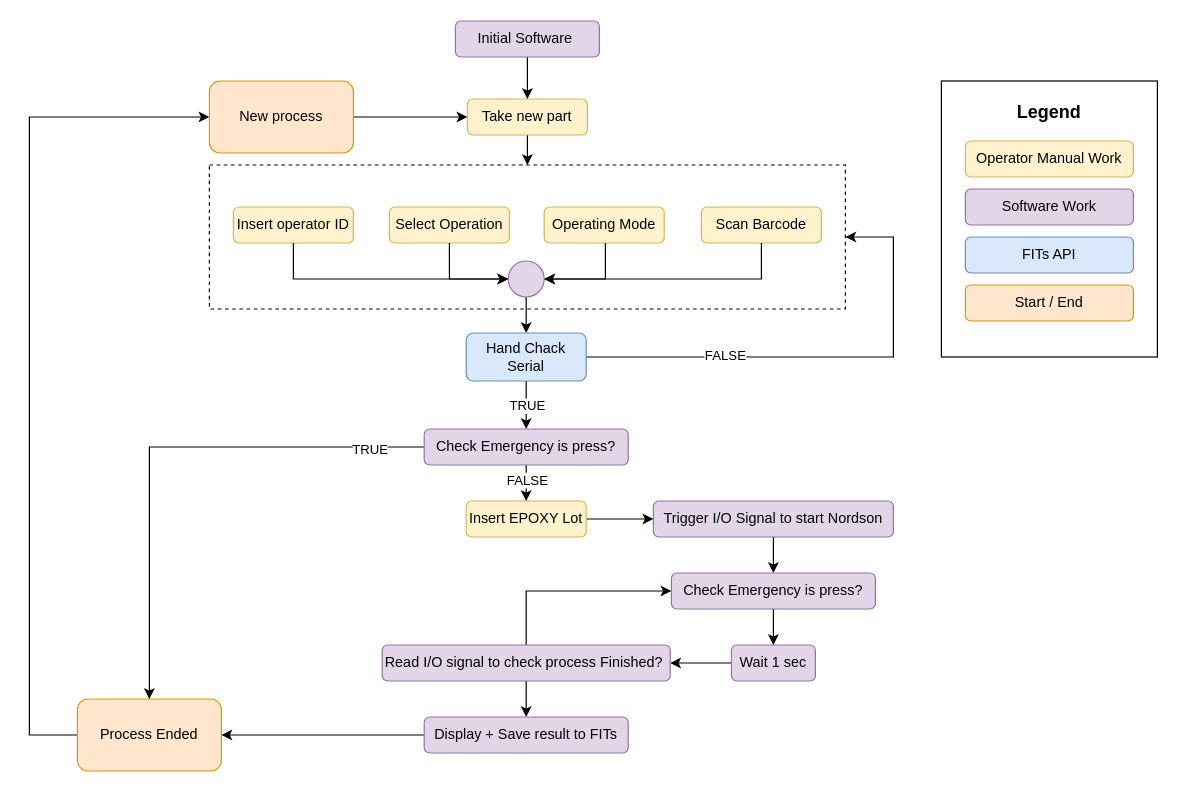
AtthaphanPak/Dispensing_Machines keeps this draw.io diagram as Doc/Untitled Diagram.drawio. Above is the earlier version. Source tidied: cells renumbered, new cells numbered last; positions are measured from the earlier drawing's top-left corner, leaving out a move shared by most shapes. Both pictures are drawn from the tidied source at 120%, with x=0, y=0 at pixel (29, 20).
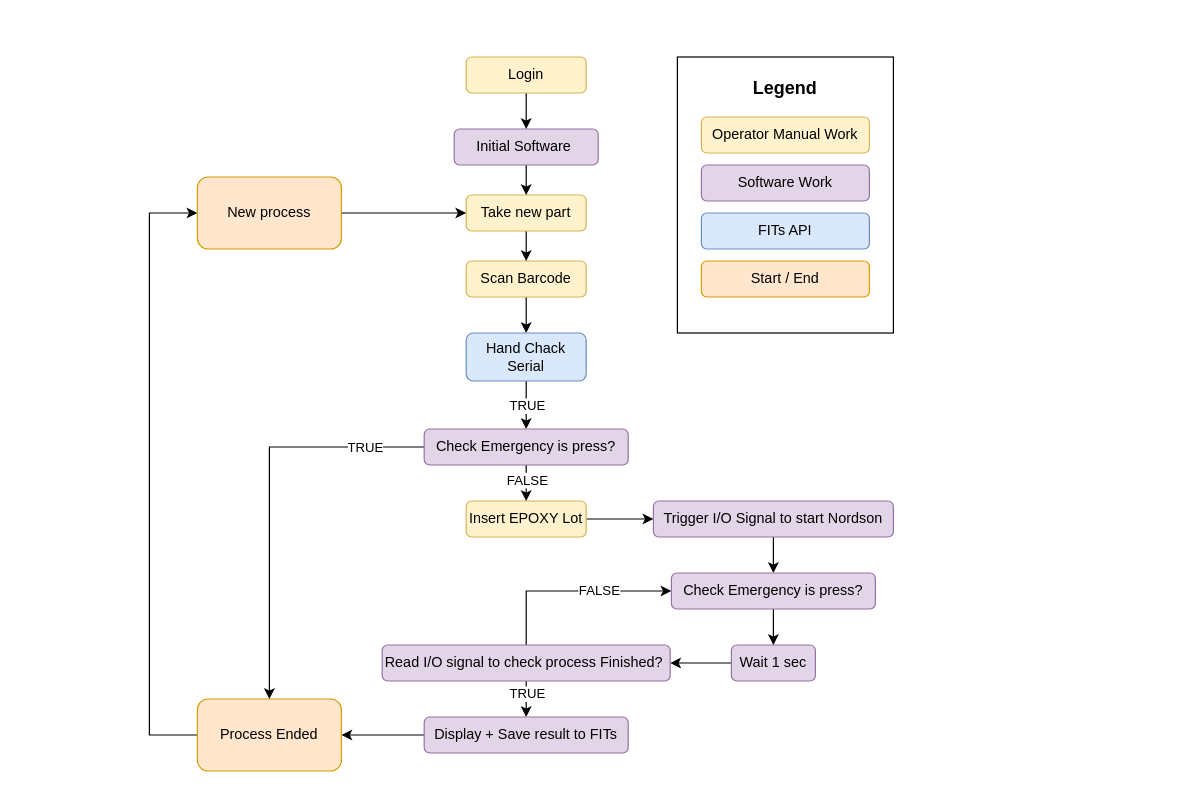
The same page after the edit.

Unchanged cells that the change refers to:
```xml
<mxCell id="19" value="Hand Chack Serial" style="rounded=1;whiteSpace=wrap;html=1;fillColor=#dae8fc;strokeColor=#6c8ebf;" parent="1" vertex="1">
  <mxGeometry x="364" y="260" width="100" height="40" as="geometry" />
</mxCell>
<mxCell id="22" style="edgeStyle=orthogonalEdgeStyle;rounded=0;jettySize=auto;html=1;" parent="1" edge="1" source="24" target="26">
  <mxGeometry relative="1" as="geometry" />
</mxCell>
<mxCell id="23" style="edgeStyle=orthogonalEdgeStyle;rounded=0;jettySize=auto;html=1;entryX=0;entryY=0.5;entryDx=0;entryDy=0;" parent="1" edge="1" source="24" target="50">
  <mxGeometry relative="1" as="geometry">
    <Array as="points">
      <mxPoint x="414" y="475" />
    </Array>
  </mxGeometry>
</mxCell>
<mxCell id="46" style="edgeStyle=orthogonalEdgeStyle;rounded=0;jettySize=auto;html=1;" parent="1" edge="1" source="48" target="37">
  <mxGeometry relative="1" as="geometry" />
</mxCell>
```

Diff of the diagram source:
```diff
@@
-    <mxCell id="2" style="rounded=0;whiteSpace=wrap;html=1;fillColor=none;dashed=1;" parent="1" vertex="1">
-      <mxGeometry x="150" y="120" width="530" height="120" as="geometry" />
-    </mxCell>
-    <mxCell id="3" value="Insert operator ID" style="rounded=1;whiteSpace=wrap;html=1;fillColor=#fff2cc;strokeColor=#d6b656;" parent="1" vertex="1">
-      <mxGeometry x="170" y="155" width="100" height="30" as="geometry" />
-    </mxCell>
@@
-    <mxCell id="6" value="Select Operation" style="rounded=1;whiteSpace=wrap;html=1;fillColor=#fff2cc;strokeColor=#d6b656;" parent="1" vertex="1">
-      <mxGeometry x="300" y="155" width="100" height="30" as="geometry" />
-    </mxCell>
+    <mxCell id="51" style="edgeStyle=orthogonalEdgeStyle;rounded=0;jettySize=auto;html=1;" parent="1" edge="1" source="7" target="19">
+      <mxGeometry relative="1" as="geometry" />
+    </mxCell>
     <mxCell id="7" value="Scan Barcode" style="rounded=1;whiteSpace=wrap;html=1;fillColor=#fff2cc;strokeColor=#d6b656;" parent="1" vertex="1">
-      <mxGeometry x="560" y="155" width="100" height="30" as="geometry" />
+      <mxGeometry x="364" y="200" width="100" height="30" as="geometry" />
     </mxCell>
-    <mxCell id="8" value="Operating Mode" style="rounded=1;whiteSpace=wrap;html=1;fillColor=#fff2cc;strokeColor=#d6b656;" parent="1" vertex="1">
-      <mxGeometry x="429" y="155" width="100" height="30" as="geometry" />
-    </mxCell>
-    <mxCell id="9" style="edgeStyle=orthogonalEdgeStyle;rounded=0;jettySize=auto;html=1;entryX=0.5;entryY=0;entryDx=0;entryDy=0;" parent="1" edge="1" source="10" target="19">
-      <mxGeometry relative="1" as="geometry" />
-    </mxCell>
-    <mxCell id="10" style="verticalLabelPosition=bottom;verticalAlign=top;html=1;shape=mxgraph.flowchart.on-page_reference;fillColor=#e1d5e7;strokeColor=#9673a6;" parent="1" vertex="1">
-      <mxGeometry x="399" y="200" width="30" height="30" as="geometry" />
-    </mxCell>
-    <mxCell id="11" style="edgeStyle=orthogonalEdgeStyle;rounded=0;jettySize=auto;html=1;entryX=0;entryY=0.5;entryDx=0;entryDy=0;entryPerimeter=0;" parent="1" edge="1" source="6" target="10">
-      <mxGeometry relative="1" as="geometry" />
-    </mxCell>
-    <mxCell id="12" style="edgeStyle=orthogonalEdgeStyle;rounded=0;jettySize=auto;html=1;entryX=0;entryY=0.5;entryDx=0;entryDy=0;entryPerimeter=0;" parent="1" edge="1" source="3" target="10">
-      <mxGeometry relative="1" as="geometry">
-        <Array as="points">
-          <mxPoint x="220" y="215" />
-        </Array>
-      </mxGeometry>
-    </mxCell>
-    <mxCell id="13" style="edgeStyle=orthogonalEdgeStyle;rounded=0;jettySize=auto;html=1;entryX=1;entryY=0.5;entryDx=0;entryDy=0;entryPerimeter=0;" parent="1" edge="1" source="8" target="10">
-      <mxGeometry relative="1" as="geometry">
-        <Array as="points">
-          <mxPoint x="480" y="215" />
-        </Array>
-      </mxGeometry>
-    </mxCell>
-    <mxCell id="14" style="edgeStyle=orthogonalEdgeStyle;rounded=0;jettySize=auto;html=1;entryX=1;entryY=0.5;entryDx=0;entryDy=0;entryPerimeter=0;" parent="1" edge="1" source="7" target="10">
-      <mxGeometry relative="1" as="geometry">
-        <Array as="points">
-          <mxPoint x="610" y="215" />
-        </Array>
-      </mxGeometry>
-    </mxCell>
@@
-    <mxCell id="17" style="edgeStyle=orthogonalEdgeStyle;rounded=0;jettySize=auto;html=1;entryX=1;entryY=0.5;entryDx=0;entryDy=0;" parent="1" edge="1" source="19" target="2">
-      <mxGeometry relative="1" as="geometry">
-        <Array as="points">
-          <mxPoint x="720" y="280" />
-          <mxPoint x="720" y="180" />
-        </Array>
-      </mxGeometry>
-    </mxCell>
-    <mxCell id="18" value="FALSE" style="edgeLabel;html=1;align=center;verticalAlign=middle;" parent="17" vertex="1">
-      <mxGeometry x="-0.42" y="2" relative="1" as="geometry" />
-    </mxCell>
@@
+    <mxCell id="52" value="TRUE" style="edgeLabel;html=1;align=center;verticalAlign=middle;" parent="22" vertex="1">
+      <mxGeometry x="-0.62" relative="1" as="geometry" />
+    </mxCell>
@@
+    <mxCell id="18" value="FALSE" style="edgeLabel;html=1;align=center;verticalAlign=middle;" parent="23" vertex="1">
+      <mxGeometry x="0.27" y="1" relative="1" as="geometry" />
+    </mxCell>
@@
     <mxCell id="29" style="group;" parent="1" vertex="1">
-      <mxGeometry x="760" y="50" width="180" height="230" as="geometry" />
+      <mxGeometry x="540" y="30" width="180" height="230" as="geometry" />
     </mxCell>
@@
     <mxCell id="36" style="edgeStyle=orthogonalEdgeStyle;rounded=0;jettySize=auto;html=1;entryX=0;entryY=0.5;entryDx=0;entryDy=0;" parent="1" edge="1" source="37" target="41">
       <mxGeometry relative="1" as="geometry">
         <Array as="points">
-          <mxPoint y="595" />
-          <mxPoint y="80" />
+          <mxPoint x="100" y="595" />
+          <mxPoint x="100" y="160" />
         </Array>
       </mxGeometry>
     </mxCell>
     <mxCell id="37" value="Process Ended" style="rounded=1;whiteSpace=wrap;html=1;fillColor=#ffe6cc;strokeColor=#d79b00;" parent="1" vertex="1">
-      <mxGeometry x="40" y="565" width="120" height="60" as="geometry" />
+      <mxGeometry x="140" y="565" width="120" height="60" as="geometry" />
     </mxCell>
-    <mxCell id="38" style="edgeStyle=orthogonalEdgeStyle;rounded=0;jettySize=auto;html=1;entryX=0.5;entryY=0;entryDx=0;entryDy=0;" parent="1" edge="1" source="39" target="2">
-      <mxGeometry relative="1" as="geometry" />
-    </mxCell>
+    <mxCell id="53" style="edgeStyle=orthogonalEdgeStyle;rounded=0;jettySize=auto;html=1;" parent="1" edge="1" source="39" target="7">
+      <mxGeometry relative="1" as="geometry" />
+    </mxCell>
     <mxCell id="39" value="Take new part" style="rounded=1;whiteSpace=wrap;html=1;fillColor=#fff2cc;strokeColor=#d6b656;" parent="1" vertex="1">
-      <mxGeometry x="365" y="65" width="100" height="30" as="geometry" />
+      <mxGeometry x="364" y="145" width="100" height="30" as="geometry" />
     </mxCell>
@@
     <mxCell id="41" value="New process" style="rounded=1;whiteSpace=wrap;html=1;fillColor=#ffe6cc;strokeColor=#d79b00;" parent="1" vertex="1">
-      <mxGeometry x="150" y="50" width="120" height="60" as="geometry" />
+      <mxGeometry x="140" y="130" width="120" height="60" as="geometry" />
     </mxCell>
@@
     <mxCell id="43" value="Initial Software&amp;nbsp;" style="rounded=1;whiteSpace=wrap;html=1;fillColor=#e1d5e7;strokeColor=#9673a6;" parent="1" vertex="1">
-      <mxGeometry x="355" width="120" height="30" as="geometry" />
+      <mxGeometry x="354" y="90" width="120" height="30" as="geometry" />
     </mxCell>
@@
     <mxCell id="47" value="TRUE" style="edgeLabel;html=1;align=center;verticalAlign=middle;" parent="46" vertex="1">
-      <mxGeometry x="-0.79" y="1" relative="1" as="geometry" />
+      <mxGeometry x="-0.79" y="1" relative="1" as="geometry">
+        <mxPoint x="-14" y="-1" as="offset" />
+      </mxGeometry>
     </mxCell>
@@
+    <mxCell id="54" style="edgeStyle=orthogonalEdgeStyle;rounded=0;jettySize=auto;html=1;" parent="1" edge="1" source="55" target="43">
+      <mxGeometry relative="1" as="geometry" />
+    </mxCell>
+    <mxCell id="55" value="Login" style="rounded=1;whiteSpace=wrap;html=1;fillColor=#fff2cc;strokeColor=#d6b656;" parent="1" vertex="1">
+      <mxGeometry x="364" y="30" width="100" height="30" as="geometry" />
+    </mxCell>
```
